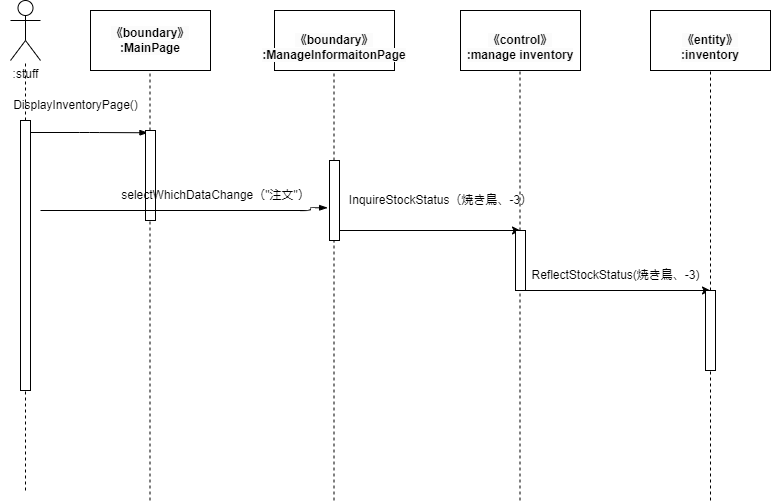
MasakiHiguchi/--- keeps this draw.io diagram as psp4/シーケンス図/シーケンス図_新メニュー.drawio.png. Above is the earlier version. Source tidied: cells renumbered, new cells last; positions are measured from the earlier drawing's top-left corner, leaving out a move shared by most shapes.
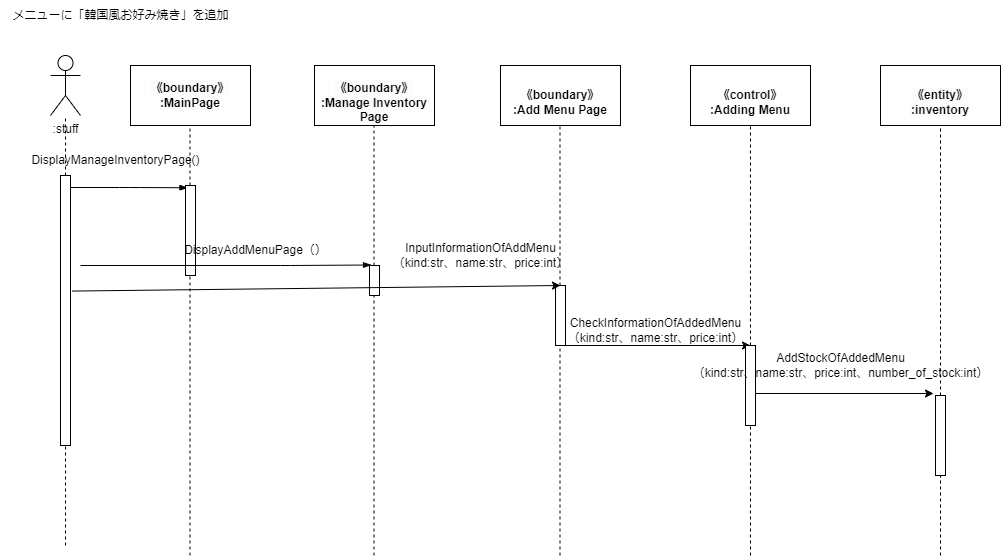
The same diagram one commit later.

The edit, as a diff of the source:
```diff
@@ -8,13 +8,13 @@
     <mxCell id="3" value="&lt;span style=&quot;color: rgb(0, 0, 0); font-family: Helvetica; font-size: 12px; font-style: normal; font-variant-ligatures: normal; font-variant-caps: normal; font-weight: 700; letter-spacing: normal; orphans: 2; text-align: center; text-indent: 0px; text-transform: none; widows: 2; word-spacing: 0px; -webkit-text-stroke-width: 0px; background-color: rgb(251, 251, 251); text-decoration-thickness: initial; text-decoration-style: initial; text-decoration-color: initial; float: none; display: inline !important;&quot;&gt;《boundary》&lt;/span&gt;&lt;br style=&quot;border-color: var(--border-color); color: rgb(0, 0, 0); font-family: Helvetica; font-size: 12px; font-style: normal; font-variant-ligatures: normal; font-variant-caps: normal; font-weight: 700; letter-spacing: normal; orphans: 2; text-align: center; text-indent: 0px; text-transform: none; widows: 2; word-spacing: 0px; -webkit-text-stroke-width: 0px; background-color: rgb(251, 251, 251); text-decoration-thickness: initial; text-decoration-style: initial; text-decoration-color: initial;&quot;&gt;&lt;span style=&quot;color: rgb(0, 0, 0); font-family: Helvetica; font-size: 12px; font-style: normal; font-variant-ligatures: normal; font-variant-caps: normal; font-weight: 700; letter-spacing: normal; orphans: 2; text-align: center; text-indent: 0px; text-transform: none; widows: 2; word-spacing: 0px; -webkit-text-stroke-width: 0px; background-color: rgb(251, 251, 251); text-decoration-thickness: initial; text-decoration-style: initial; text-decoration-color: initial; float: none; display: inline !important;&quot;&gt;:MainPage&lt;/span&gt;" style="rounded=0;whiteSpace=wrap;html=1;" parent="1" vertex="1">
       <mxGeometry x="90" y="10" width="120" height="60" as="geometry" />
     </mxCell>
-    <mxCell id="4" value="&lt;br&gt;&lt;span style=&quot;color: rgb(0, 0, 0); font-family: Helvetica; font-size: 12px; font-style: normal; font-variant-ligatures: normal; font-variant-caps: normal; font-weight: 700; letter-spacing: normal; orphans: 2; text-align: center; text-indent: 0px; text-transform: none; widows: 2; word-spacing: 0px; -webkit-text-stroke-width: 0px; background-color: rgb(251, 251, 251); text-decoration-thickness: initial; text-decoration-style: initial; text-decoration-color: initial; float: none; display: inline !important;&quot;&gt;《boundary》&lt;/span&gt;&lt;br style=&quot;border-color: var(--border-color); color: rgb(0, 0, 0); font-family: Helvetica; font-size: 12px; font-style: normal; font-variant-ligatures: normal; font-variant-caps: normal; font-weight: 700; letter-spacing: normal; orphans: 2; text-align: center; text-indent: 0px; text-transform: none; widows: 2; word-spacing: 0px; -webkit-text-stroke-width: 0px; background-color: rgb(251, 251, 251); text-decoration-thickness: initial; text-decoration-style: initial; text-decoration-color: initial;&quot;&gt;&lt;span style=&quot;color: rgb(0, 0, 0); font-family: Helvetica; font-size: 12px; font-style: normal; font-variant-ligatures: normal; font-variant-caps: normal; font-weight: 700; letter-spacing: normal; orphans: 2; text-align: center; text-indent: 0px; text-transform: none; widows: 2; word-spacing: 0px; -webkit-text-stroke-width: 0px; background-color: rgb(251, 251, 251); text-decoration-thickness: initial; text-decoration-style: initial; text-decoration-color: initial; float: none; display: inline !important;&quot;&gt;:ManageInformaitonPage&lt;/span&gt;" style="rounded=0;whiteSpace=wrap;html=1;" parent="1" vertex="1">
+    <mxCell id="4" value="&lt;br&gt;&lt;span style=&quot;color: rgb(0, 0, 0); font-family: Helvetica; font-size: 12px; font-style: normal; font-variant-ligatures: normal; font-variant-caps: normal; font-weight: 700; letter-spacing: normal; orphans: 2; text-align: center; text-indent: 0px; text-transform: none; widows: 2; word-spacing: 0px; -webkit-text-stroke-width: 0px; background-color: rgb(251, 251, 251); text-decoration-thickness: initial; text-decoration-style: initial; text-decoration-color: initial; float: none; display: inline !important;&quot;&gt;《boundary》&lt;/span&gt;&lt;br style=&quot;border-color: var(--border-color); color: rgb(0, 0, 0); font-family: Helvetica; font-size: 12px; font-style: normal; font-variant-ligatures: normal; font-variant-caps: normal; font-weight: 700; letter-spacing: normal; orphans: 2; text-align: center; text-indent: 0px; text-transform: none; widows: 2; word-spacing: 0px; -webkit-text-stroke-width: 0px; background-color: rgb(251, 251, 251); text-decoration-thickness: initial; text-decoration-style: initial; text-decoration-color: initial;&quot;&gt;&lt;span style=&quot;color: rgb(0, 0, 0); font-family: Helvetica; font-size: 12px; font-style: normal; font-variant-ligatures: normal; font-variant-caps: normal; font-weight: 700; letter-spacing: normal; orphans: 2; text-align: center; text-indent: 0px; text-transform: none; widows: 2; word-spacing: 0px; -webkit-text-stroke-width: 0px; background-color: rgb(251, 251, 251); text-decoration-thickness: initial; text-decoration-style: initial; text-decoration-color: initial; float: none; display: inline !important;&quot;&gt;:Manage Inventory Page&lt;/span&gt;" style="rounded=0;whiteSpace=wrap;html=1;" parent="1" vertex="1">
       <mxGeometry x="274" y="10" width="120" height="60" as="geometry" />
     </mxCell>
-    <mxCell id="5" value="&lt;br&gt;&lt;span style=&quot;color: rgb(0, 0, 0); font-family: Helvetica; font-size: 12px; font-style: normal; font-variant-ligatures: normal; font-variant-caps: normal; font-weight: 700; letter-spacing: normal; orphans: 2; text-align: center; text-indent: 0px; text-transform: none; widows: 2; word-spacing: 0px; -webkit-text-stroke-width: 0px; background-color: rgb(251, 251, 251); text-decoration-thickness: initial; text-decoration-style: initial; text-decoration-color: initial; float: none; display: inline !important;&quot;&gt;《control》&lt;/span&gt;&lt;br style=&quot;border-color: var(--border-color); color: rgb(0, 0, 0); font-family: Helvetica; font-size: 12px; font-style: normal; font-variant-ligatures: normal; font-variant-caps: normal; font-weight: 700; letter-spacing: normal; orphans: 2; text-align: center; text-indent: 0px; text-transform: none; widows: 2; word-spacing: 0px; -webkit-text-stroke-width: 0px; background-color: rgb(251, 251, 251); text-decoration-thickness: initial; text-decoration-style: initial; text-decoration-color: initial;&quot;&gt;&lt;span style=&quot;color: rgb(0, 0, 0); font-family: Helvetica; font-size: 12px; font-style: normal; font-variant-ligatures: normal; font-variant-caps: normal; font-weight: 700; letter-spacing: normal; orphans: 2; text-align: center; text-indent: 0px; text-transform: none; widows: 2; word-spacing: 0px; -webkit-text-stroke-width: 0px; background-color: rgb(251, 251, 251); text-decoration-thickness: initial; text-decoration-style: initial; text-decoration-color: initial; float: none; display: inline !important;&quot;&gt;:manage inventory&lt;/span&gt;&lt;br&gt;" style="rounded=0;whiteSpace=wrap;html=1;" parent="1" vertex="1">
+    <mxCell id="5" value="&lt;br style=&quot;border-color: var(--border-color);&quot;&gt;&lt;span style=&quot;border-color: var(--border-color); font-weight: 700;&quot;&gt;《boundary》&lt;/span&gt;&lt;br style=&quot;border-color: var(--border-color); font-weight: 700;&quot;&gt;&lt;span style=&quot;border-color: var(--border-color); font-weight: 700;&quot;&gt;:Add Menu Page&lt;/span&gt;" style="rounded=0;whiteSpace=wrap;html=1;" parent="1" vertex="1">
       <mxGeometry x="460" y="10" width="120" height="60" as="geometry" />
     </mxCell>
-    <mxCell id="6" value="&lt;br&gt;&lt;span style=&quot;color: rgb(0, 0, 0); font-family: Helvetica; font-size: 12px; font-style: normal; font-variant-ligatures: normal; font-variant-caps: normal; font-weight: 700; letter-spacing: normal; orphans: 2; text-align: center; text-indent: 0px; text-transform: none; widows: 2; word-spacing: 0px; -webkit-text-stroke-width: 0px; background-color: rgb(251, 251, 251); text-decoration-thickness: initial; text-decoration-style: initial; text-decoration-color: initial; float: none; display: inline !important;&quot;&gt;《entity》&lt;/span&gt;&lt;br style=&quot;border-color: var(--border-color); padding: 0px; margin: 0px; color: rgb(0, 0, 0); font-family: Helvetica; font-size: 12px; font-style: normal; font-variant-ligatures: normal; font-variant-caps: normal; font-weight: 700; letter-spacing: normal; orphans: 2; text-align: center; text-indent: 0px; text-transform: none; widows: 2; word-spacing: 0px; -webkit-text-stroke-width: 0px; background-color: rgb(251, 251, 251); text-decoration-thickness: initial; text-decoration-style: initial; text-decoration-color: initial;&quot;&gt;&lt;span style=&quot;color: rgb(0, 0, 0); font-family: Helvetica; font-size: 12px; font-style: normal; font-variant-ligatures: normal; font-variant-caps: normal; font-weight: 700; letter-spacing: normal; orphans: 2; text-align: center; text-indent: 0px; text-transform: none; widows: 2; word-spacing: 0px; -webkit-text-stroke-width: 0px; background-color: rgb(251, 251, 251); text-decoration-thickness: initial; text-decoration-style: initial; text-decoration-color: initial; float: none; display: inline !important;&quot;&gt;:inventory&lt;/span&gt;&lt;br&gt;" style="rounded=0;whiteSpace=wrap;html=1;" parent="1" vertex="1">
+    <mxCell id="6" value="&lt;br style=&quot;border-color: var(--border-color);&quot;&gt;&lt;span style=&quot;border-color: var(--border-color); font-weight: 700;&quot;&gt;《control》&lt;/span&gt;&lt;br style=&quot;border-color: var(--border-color); font-weight: 700;&quot;&gt;&lt;span style=&quot;border-color: var(--border-color); font-weight: 700;&quot;&gt;:Adding Menu&lt;/span&gt;" style="rounded=0;whiteSpace=wrap;html=1;" parent="1" vertex="1">
       <mxGeometry x="650" y="10" width="120" height="60" as="geometry" />
     </mxCell>
     <mxCell id="7" style="endArrow=none;dashed=1;html=1;startArrow=none;" parent="1" edge="1" source="13" target="2">
@@ -53,8 +53,8 @@
         <mxPoint x="30" y="132" as="sourcePoint" />
       </mxGeometry>
     </mxCell>
-    <mxCell id="15" value="DisplayInventoryPage()" style="text;html=1;align=center;verticalAlign=middle;strokeColor=none;fillColor=none;" parent="1" vertex="1">
-      <mxGeometry y="90" width="150" height="30" as="geometry" />
+    <mxCell id="15" value="DisplayManageInventoryPage()" style="text;html=1;align=center;verticalAlign=middle;strokeColor=none;fillColor=none;" parent="1" vertex="1">
+      <mxGeometry x="-20" y="90" width="190" height="30" as="geometry" />
     </mxCell>
     <mxCell id="16" style="endArrow=none;dashed=1;html=1;" parent="1" edge="1" target="17">
       <mxGeometry relative="1" as="geometry">
@@ -69,24 +69,19 @@
         <mxPoint x="333.5" y="500" as="sourcePoint" />
       </mxGeometry>
     </mxCell>
-    <mxCell id="19" style="edgeStyle=none;html=1;" parent="1" edge="1" source="20">
-      <mxGeometry relative="1" as="geometry">
-        <mxPoint x="520" y="230" as="targetPoint" />
-      </mxGeometry>
-    </mxCell>
     <mxCell id="20" style="html=1;points=[];perimeter=orthogonalPerimeter;" parent="1" vertex="1">
-      <mxGeometry x="329" y="160" width="10" height="80" as="geometry" />
+      <mxGeometry x="329" y="210" width="10" height="30" as="geometry" />
     </mxCell>
-    <mxCell id="21" style="edgeStyle=elbowEdgeStyle;fontSize=12;html=1;endArrow=blockThin;endFill=1;entryX=-0.189;entryY=0.591;entryDx=0;entryDy=0;entryPerimeter=0;" parent="1" edge="1" target="20">
+    <mxCell id="21" style="edgeStyle=elbowEdgeStyle;fontSize=12;html=1;endArrow=blockThin;endFill=1;entryX=0.2;entryY=-0.017;entryDx=0;entryDy=0;entryPerimeter=0;" parent="1" edge="1" target="20">
       <mxGeometry relative="1" as="geometry">
         <mxPoint x="40" y="210" as="sourcePoint" />
         <Array as="points">
-          <mxPoint x="310" y="240" />
+          <mxPoint x="250" y="260" />
         </Array>
       </mxGeometry>
     </mxCell>
-    <mxCell id="22" value="selectWhichDataChange（&quot;注文&quot;）" style="text;html=1;align=center;verticalAlign=middle;strokeColor=none;fillColor=none;" parent="1" vertex="1">
-      <mxGeometry x="110" y="180" width="210" height="30" as="geometry" />
+    <mxCell id="22" value="DisplayAddMenuPage（）" style="text;html=1;align=center;verticalAlign=middle;strokeColor=none;fillColor=none;" parent="1" vertex="1">
+      <mxGeometry x="130" y="180" width="170" height="30" as="geometry" />
     </mxCell>
     <mxCell id="23" style="endArrow=none;dashed=1;html=1;" parent="1" edge="1" target="25">
       <mxGeometry relative="1" as="geometry">
@@ -106,14 +101,44 @@
         <mxPoint x="710" y="500" as="sourcePoint" />
       </mxGeometry>
     </mxCell>
+    <mxCell id="30" style="edgeStyle=none;html=1;entryX=-0.2;entryY=-0.025;entryDx=0;entryDy=0;entryPerimeter=0;" parent="1" edge="1" source="27" target="34">
+      <mxGeometry relative="1" as="geometry" />
+    </mxCell>
     <mxCell id="27" style="html=1;points=[];perimeter=orthogonalPerimeter;" parent="1" vertex="1">
       <mxGeometry x="705" y="290" width="10" height="80" as="geometry" />
     </mxCell>
-    <mxCell id="28" value="InquireStockStatus（焼き鳥、-3）" style="text;html=1;align=center;verticalAlign=middle;strokeColor=none;fillColor=none;" parent="1" vertex="1">
-      <mxGeometry x="335" y="185" width="210" height="30" as="geometry" />
+    <mxCell id="28" value="InputInformationOfAddMenu&lt;br style=&quot;border-color: var(--border-color);&quot;&gt;（kind:str、name:str、price:int）" style="text;html=1;align=center;verticalAlign=middle;strokeColor=none;fillColor=none;" parent="1" vertex="1">
+      <mxGeometry x="340" y="180" width="200" height="40" as="geometry" />
     </mxCell>
-    <mxCell id="29" value="&lt;span style=&quot;text-align: left;&quot;&gt;ReflectStockStatus(焼き鳥、-3)&lt;/span&gt;" style="text;html=1;align=center;verticalAlign=middle;strokeColor=none;fillColor=none;" parent="1" vertex="1">
-      <mxGeometry x="520" y="260" width="190" height="30" as="geometry" />
+    <mxCell id="29" value="CheckInformationOfAddedMenu&lt;br style=&quot;border-color: var(--border-color);&quot;&gt;（kind:str、name:str、price:int）" style="text;html=1;align=center;verticalAlign=middle;strokeColor=none;fillColor=none;" parent="1" vertex="1">
+      <mxGeometry x="515" y="255" width="200" height="40" as="geometry" />
     </mxCell>
+    <mxCell id="31" value="&lt;br&gt;&lt;span style=&quot;color: rgb(0, 0, 0); font-family: Helvetica; font-size: 12px; font-style: normal; font-variant-ligatures: normal; font-variant-caps: normal; font-weight: 700; letter-spacing: normal; orphans: 2; text-align: center; text-indent: 0px; text-transform: none; widows: 2; word-spacing: 0px; -webkit-text-stroke-width: 0px; background-color: rgb(251, 251, 251); text-decoration-thickness: initial; text-decoration-style: initial; text-decoration-color: initial; float: none; display: inline !important;&quot;&gt;《entity》&lt;/span&gt;&lt;br style=&quot;border-color: var(--border-color); padding: 0px; margin: 0px; color: rgb(0, 0, 0); font-family: Helvetica; font-size: 12px; font-style: normal; font-variant-ligatures: normal; font-variant-caps: normal; font-weight: 700; letter-spacing: normal; orphans: 2; text-align: center; text-indent: 0px; text-transform: none; widows: 2; word-spacing: 0px; -webkit-text-stroke-width: 0px; background-color: rgb(251, 251, 251); text-decoration-thickness: initial; text-decoration-style: initial; text-decoration-color: initial;&quot;&gt;&lt;span style=&quot;color: rgb(0, 0, 0); font-family: Helvetica; font-size: 12px; font-style: normal; font-variant-ligatures: normal; font-variant-caps: normal; font-weight: 700; letter-spacing: normal; orphans: 2; text-align: center; text-indent: 0px; text-transform: none; widows: 2; word-spacing: 0px; -webkit-text-stroke-width: 0px; background-color: rgb(251, 251, 251); text-decoration-thickness: initial; text-decoration-style: initial; text-decoration-color: initial; float: none; display: inline !important;&quot;&gt;:inventory&lt;/span&gt;&lt;br&gt;" style="rounded=0;whiteSpace=wrap;html=1;" parent="1" vertex="1">
+      <mxGeometry x="840" y="10" width="120" height="60" as="geometry" />
+    </mxCell>
+    <mxCell id="32" style="endArrow=none;dashed=1;html=1;startArrow=none;" parent="1" edge="1" source="34">
+      <mxGeometry relative="1" as="geometry">
+        <mxPoint x="900" y="70" as="targetPoint" />
+      </mxGeometry>
+    </mxCell>
+    <mxCell id="33" style="endArrow=none;dashed=1;html=1;" parent="1" edge="1" target="34">
+      <mxGeometry relative="1" as="geometry">
+        <mxPoint x="900" y="500" as="sourcePoint" />
+      </mxGeometry>
+    </mxCell>
+    <mxCell id="34" style="html=1;points=[];perimeter=orthogonalPerimeter;" parent="1" vertex="1">
+      <mxGeometry x="895" y="340" width="10" height="80" as="geometry" />
+    </mxCell>
+    <mxCell id="35" value="メニューに「韓国風お好み焼き」を追加" style="text;html=1;align=center;verticalAlign=middle;strokeColor=none;fillColor=none;" parent="1" vertex="1">
+      <mxGeometry x="-40" y="-55" width="240" height="30" as="geometry" />
+    </mxCell>
+    <mxCell id="36" value="&lt;span style=&quot;text-align: left;&quot;&gt;AddStockOfAddedMenu&lt;br&gt;（kind:str、name:str、price:int、number_of_stock:int）&lt;/span&gt;" style="text;html=1;align=center;verticalAlign=middle;strokeColor=none;fillColor=none;" parent="1" vertex="1">
+      <mxGeometry x="640" y="290" width="320" height="40" as="geometry" />
+    </mxCell>
+    <mxCell id="19" style="edgeStyle=none;html=1;exitX=1.15;exitY=0.428;exitDx=0;exitDy=0;exitPerimeter=0;" parent="1" edge="1" source="13">
+      <mxGeometry relative="1" as="geometry">
+        <mxPoint x="520" y="230" as="targetPoint" />
+      </mxGeometry>
+    </mxCell>
   </root>
 </mxGraphModel>
```
